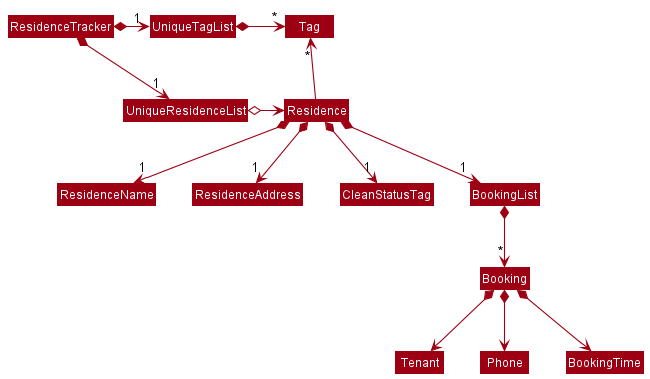
Earlier version of the PlantUML export docs/images/BetterModelClassDiagram.png (nus-cs2103-AY2021S2/tp).
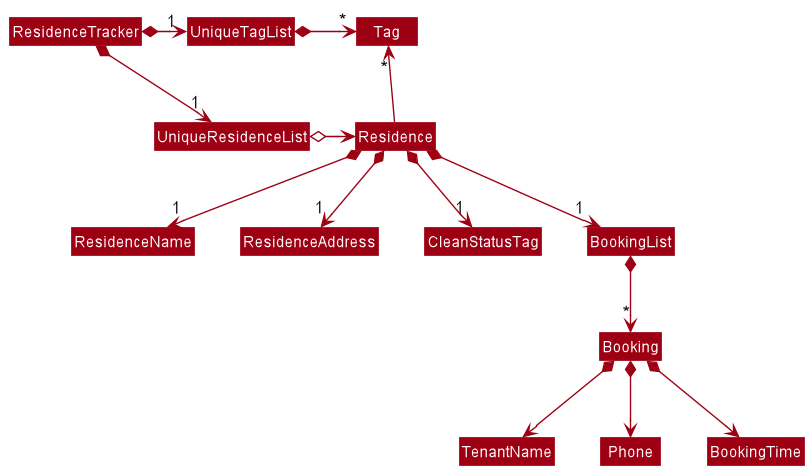
After the commit.

What changed in the source:
```diff
@@ -20,7 +20,7 @@
 Residence *--> "1"BookingList
 
 BookingList *-->"*" Booking
-Booking *--> Tenant
+Booking *--> TenantName
 Booking *--> Phone
 Booking *--> BookingTime
 
```
